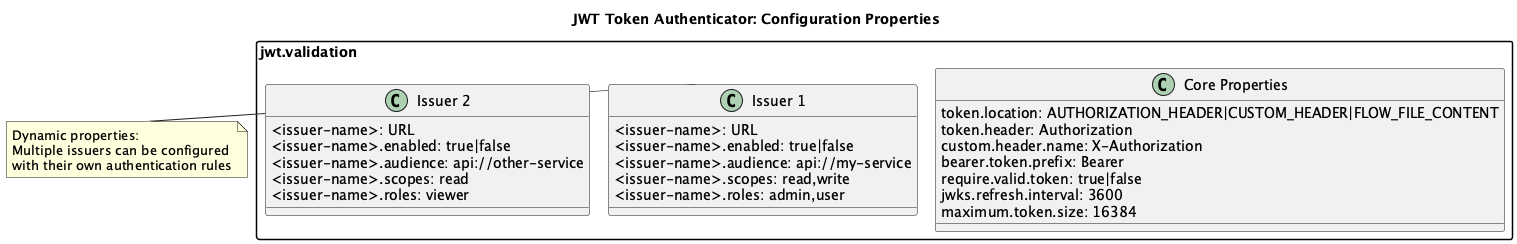
Above: doc/plantuml/configuration-properties.png in cuioss/nifi-extensions (PlantUML), before the change.
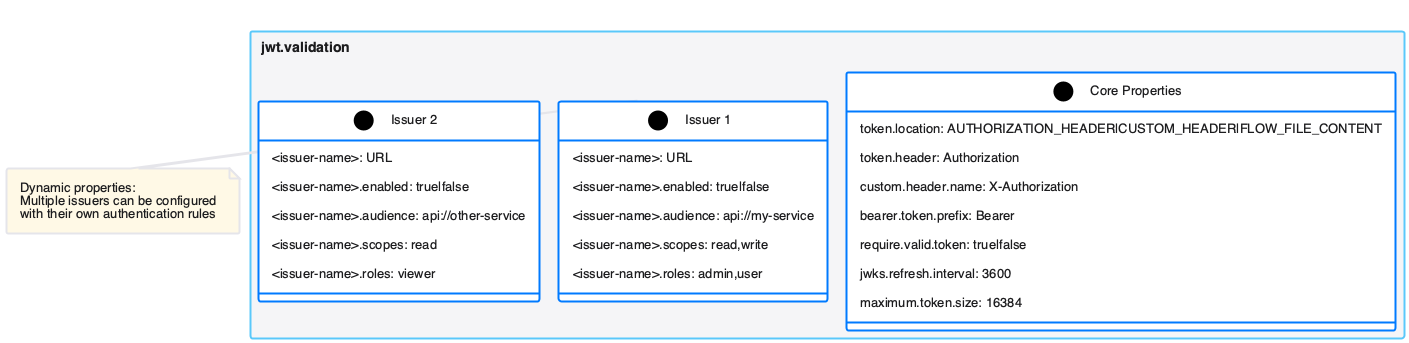
Later version of the same file.

What changed in the source:
```diff
@@ -1,7 +1,6 @@
 @startuml configuration-properties
+!include plantuml.skin
 !pragma layout smetana
-skinparam backgroundColor white
-skinparam defaultTextAlignment left
 skinparam packageStyle rectangle
 
 title JWT Token Authenticator: Configuration Properties
```
